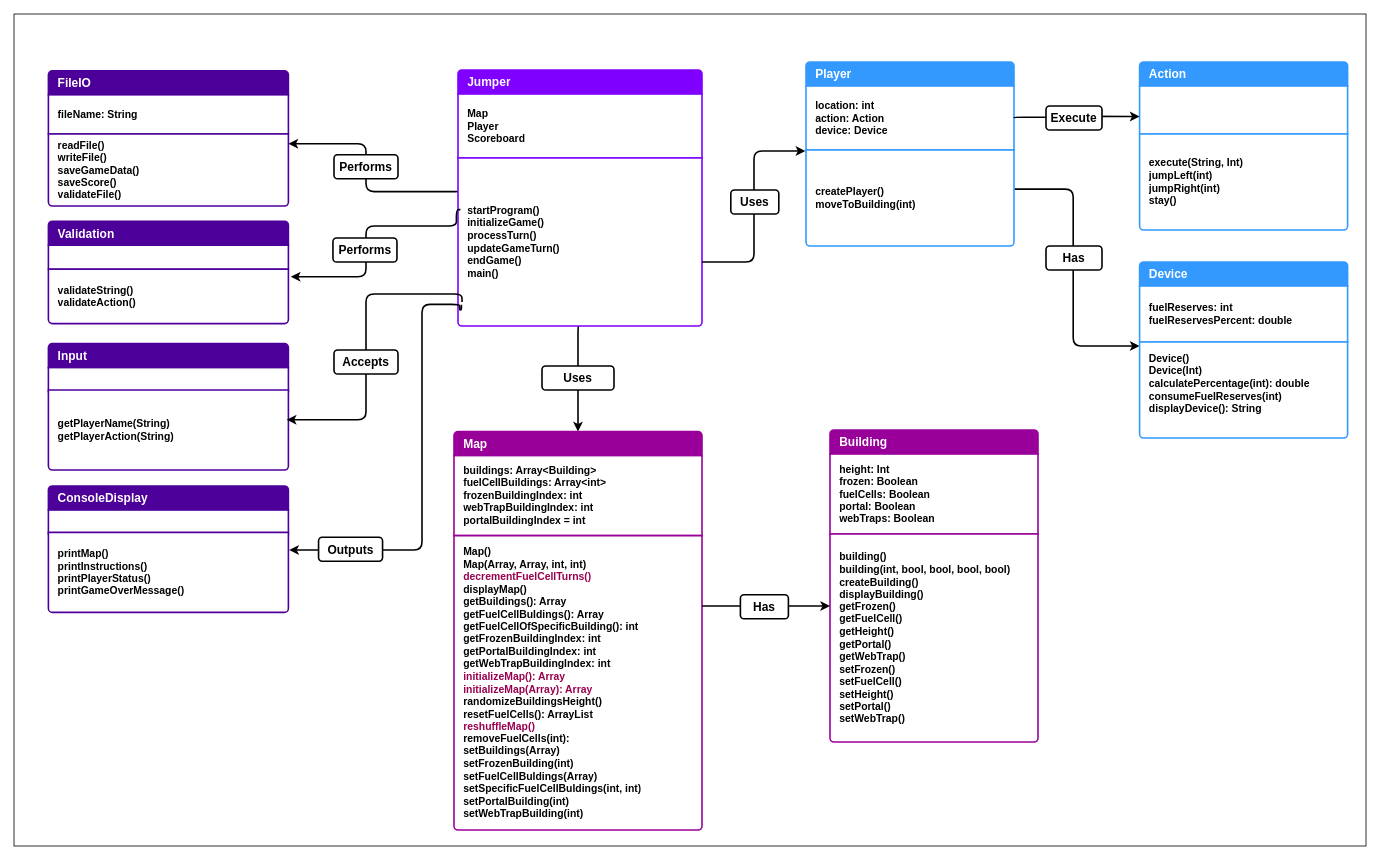
This is Java Programming/Assignment Java Jumper/doc/ClassDiagram.drawio from ByteToBits/CompScience, a draw.io file, before an edit. Source tidied: cells renumbered, new cells numbered last; positions are measured from the earlier drawing's top-left corner, leaving out a move shared by most shapes. Both pictures are drawn from the tidied source at 80%, with x=0, y=0 at pixel (14, 14).
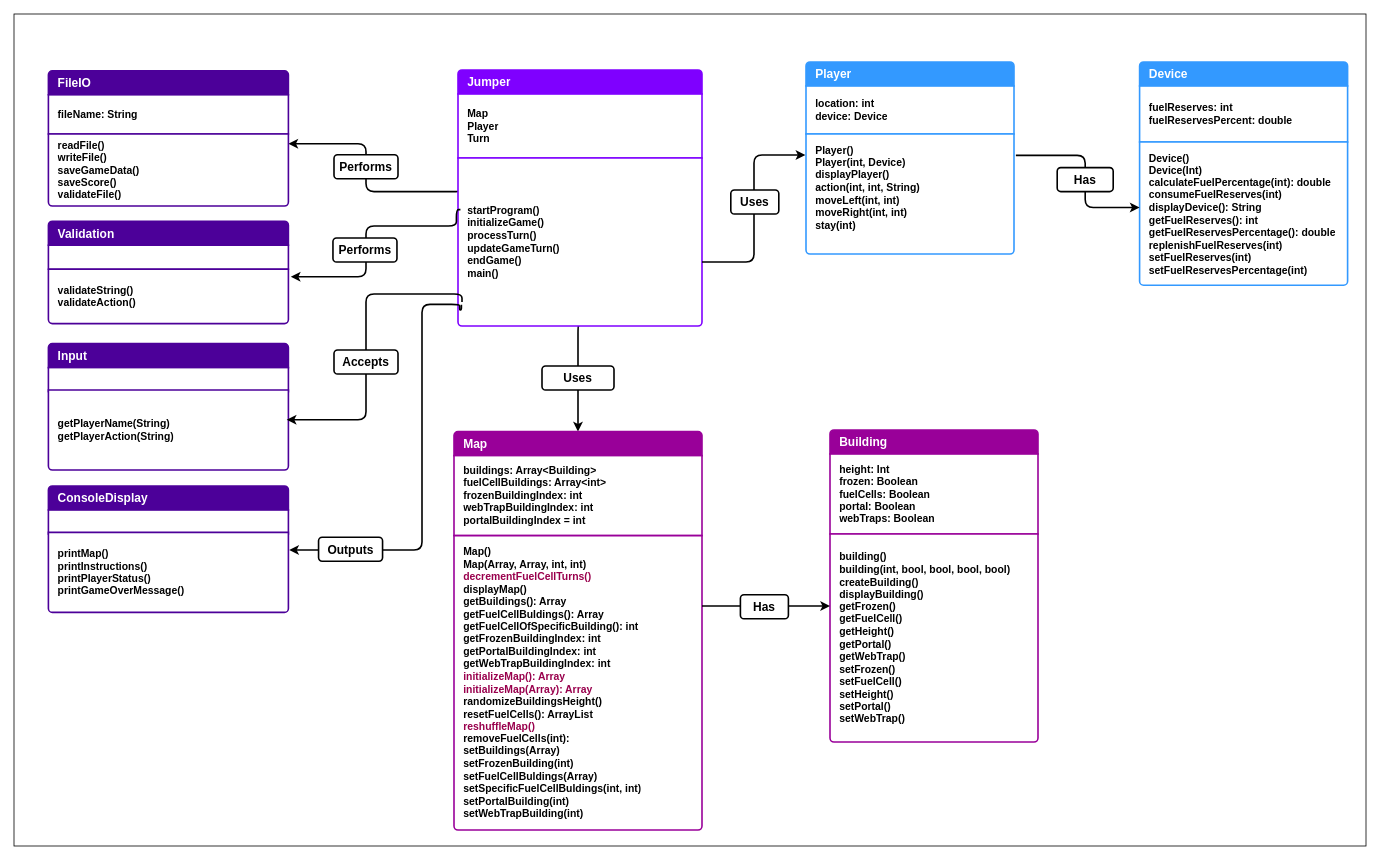
After the change.

The change refers to these unchanged cells:
```xml
<mxCell id="7" value="startProgram()&lt;div&gt;initializeGame()&lt;/div&gt;&lt;div&gt;processTurn()&lt;/div&gt;&lt;div&gt;updateGameTurn()&lt;/div&gt;&lt;div&gt;endGame()&lt;/div&gt;&lt;div&gt;main()&lt;/div&gt;" style="text;strokeColor=#7F00FF;fillColor=#FFFFFF;align=left;verticalAlign=middle;spacingLeft=10;spacingRight=10;overflow=hidden;points=[[0,0.5],[1,0.5]];portConstraint=eastwest;whiteSpace=wrap;html=1;shape=mxgraph.bootstrap.bottomButton;rSize=5;fontColor=#000000;strokeWidth=2;labelPadding=0;labelBorderColor=none;fontSize=13;fontStyle=1;shadow=0;perimeterSpacing=0;swimlaneLine=0;" parent="1" vertex="1">
  <mxGeometry x="555" y="180" width="305" height="210" as="geometry" />
</mxCell>
```

Diff of the diagram source:
```diff
@@
-    <mxCell id="6" value="Map&lt;div&gt;Player&lt;/div&gt;&lt;div&gt;Scoreboard&lt;/div&gt;" style="text;strokeColor=#7F00FF;fillColor=#FFFFFF;align=left;verticalAlign=middle;spacingLeft=10;spacingRight=10;overflow=hidden;whiteSpace=wrap;html=1;rSize=5;fontColor=#000000;strokeWidth=2;labelPadding=0;labelBorderColor=none;fontSize=13;fontStyle=1;shadow=0;perimeterSpacing=0;swimlaneLine=0;" parent="1" vertex="1">
+    <mxCell id="6" value="Map&lt;div&gt;Player&lt;/div&gt;&lt;div&gt;Turn&lt;/div&gt;" style="text;strokeColor=#7F00FF;fillColor=#FFFFFF;align=left;verticalAlign=middle;spacingLeft=10;spacingRight=10;overflow=hidden;whiteSpace=wrap;html=1;rSize=5;fontColor=#000000;strokeWidth=2;labelPadding=0;labelBorderColor=none;fontSize=13;fontStyle=1;shadow=0;perimeterSpacing=0;swimlaneLine=0;" parent="1" vertex="1">
       <mxGeometry x="555" y="100" width="305" height="80" as="geometry" />
     </mxCell>
@@
     <mxCell id="25" style="swimlane;fontStyle=1;horizontal=1;startSize=0;whiteSpace=wrap;html=1;strokeColor=none;fillColor=none;strokeWidth=2;labelPadding=0;labelBorderColor=none;fontSize=13;shadow=0;perimeterSpacing=0;swimlaneLine=0;" parent="1" vertex="1">
-      <mxGeometry x="990" y="60" width="260" height="230" as="geometry" />
+      <mxGeometry x="990" y="60" width="260" height="240" as="geometry" />
     </mxCell>
@@
-    <mxCell id="27" value="&lt;div&gt;location: int&lt;/div&gt;&lt;div&gt;action: Action&lt;/div&gt;&lt;div&gt;device: Device&lt;/div&gt;" style="text;strokeColor=#3399ff;fillColor=#FFFFFF;align=left;verticalAlign=middle;spacingLeft=10;spacingRight=10;overflow=hidden;points=[[0,0.5],[1,0.5]];portConstraint=eastwest;whiteSpace=wrap;html=1;rSize=5;fontColor=#000000;strokeWidth=2;labelPadding=0;labelBorderColor=none;fontSize=13;fontStyle=1;shadow=0;perimeterSpacing=0;swimlaneLine=0;" parent="25" vertex="1">
-      <mxGeometry y="30" width="260" height="80" as="geometry" />
+    <mxCell id="27" value="&lt;div&gt;location: int&lt;/div&gt;&lt;div&gt;device: Device&lt;/div&gt;" style="text;strokeColor=#3399ff;fillColor=#FFFFFF;align=left;verticalAlign=middle;spacingLeft=10;spacingRight=10;overflow=hidden;points=[[0,0.5],[1,0.5]];portConstraint=eastwest;whiteSpace=wrap;html=1;rSize=5;fontColor=#000000;strokeWidth=2;labelPadding=0;labelBorderColor=none;fontSize=13;fontStyle=1;shadow=0;perimeterSpacing=0;swimlaneLine=0;" parent="25" vertex="1">
+      <mxGeometry y="30" width="260" height="60" as="geometry" />
     </mxCell>
-    <mxCell id="28" value="&lt;div&gt;createPlayer()&lt;/div&gt;&lt;div&gt;moveToBuilding(int)&lt;/div&gt;" style="text;strokeColor=#3399ff;fillColor=#FFFFFF;align=left;verticalAlign=middle;spacingLeft=10;spacingRight=10;overflow=hidden;points=[[0,0.5],[1,0.5]];portConstraint=eastwest;whiteSpace=wrap;html=1;shape=mxgraph.bootstrap.bottomButton;rSize=5;fontColor=#000000;strokeWidth=2;labelPadding=0;labelBorderColor=none;fontSize=13;fontStyle=1;shadow=0;perimeterSpacing=0;swimlaneLine=0;" parent="25" vertex="1">
-      <mxGeometry y="110" width="260" height="120" as="geometry" />
+    <mxCell id="28" value="&lt;div&gt;Player()&lt;/div&gt;&lt;div&gt;Player(int, Device)&lt;/div&gt;&lt;div&gt;displayPlayer()&lt;/div&gt;&lt;div&gt;action(int, int, String)&lt;/div&gt;&lt;div&gt;moveLeft(int, int)&lt;/div&gt;&lt;div&gt;moveRight(int, int)&lt;/div&gt;&lt;div&gt;stay(int)&lt;/div&gt;&lt;div&gt;&lt;br&gt;&lt;/div&gt;" style="text;strokeColor=#3399ff;fillColor=#FFFFFF;align=left;verticalAlign=middle;spacingLeft=10;spacingRight=10;overflow=hidden;points=[[0,0.5],[1,0.5]];portConstraint=eastwest;whiteSpace=wrap;html=1;shape=mxgraph.bootstrap.bottomButton;rSize=5;fontColor=#000000;strokeWidth=2;labelPadding=0;labelBorderColor=none;fontSize=13;fontStyle=1;shadow=0;perimeterSpacing=0;swimlaneLine=0;" parent="25" vertex="1">
+      <mxGeometry y="90" width="260" height="150" as="geometry" />
     </mxCell>
@@
-    <mxCell id="35" style="swimlane;fontStyle=1;horizontal=1;startSize=0;whiteSpace=wrap;html=1;strokeColor=none;fillColor=none;strokeWidth=2;labelPadding=0;labelBorderColor=none;fontSize=13;shadow=0;perimeterSpacing=0;swimlaneLine=0;" parent="1" vertex="1">
-      <mxGeometry x="1407" y="60" width="260" height="210" as="geometry" />
-    </mxCell>
-    <mxCell id="36" value="Action" style="text;strokeColor=#3399ff;fillColor=#3399FF;align=left;verticalAlign=middle;spacingLeft=10;spacingRight=10;overflow=hidden;whiteSpace=wrap;html=1;shape=mxgraph.bootstrap.topButton;rSize=5;fontColor=#ffffff;labelBackgroundColor=none;fontSize=15;fontStyle=1;fontFamily=Helvetica;strokeWidth=2;labelPadding=0;labelBorderColor=none;shadow=0;perimeterSpacing=0;swimlaneLine=0;" parent="35" vertex="1">
-      <mxGeometry width="260" height="30" as="geometry" />
-    </mxCell>
-    <mxCell id="37" style="text;strokeColor=#3399ff;fillColor=#FFFFFF;align=left;verticalAlign=middle;spacingLeft=10;spacingRight=10;overflow=hidden;whiteSpace=wrap;html=1;rSize=5;fontColor=#000000;strokeWidth=2;labelPadding=0;labelBorderColor=none;fontSize=13;fontStyle=1;shadow=0;perimeterSpacing=0;swimlaneLine=0;" parent="35" vertex="1">
-      <mxGeometry y="30" width="260" height="60" as="geometry" />
-    </mxCell>
-    <mxCell id="38" value="&lt;div&gt;execute(String, Int)&lt;/div&gt;jumpLeft(int)&lt;div&gt;jumpRight(int)&lt;/div&gt;&lt;div&gt;stay()&lt;/div&gt;" style="text;strokeColor=#3399ff;fillColor=#FFFFFF;align=left;verticalAlign=middle;spacingLeft=10;spacingRight=10;overflow=hidden;whiteSpace=wrap;html=1;shape=mxgraph.bootstrap.bottomButton;rSize=5;fontColor=#000000;strokeWidth=2;labelPadding=0;labelBorderColor=none;fontSize=13;fontStyle=1;shadow=0;perimeterSpacing=0;swimlaneLine=0;" parent="35" vertex="1">
-      <mxGeometry y="90" width="260" height="120" as="geometry" />
-    </mxCell>
@@
     <mxCell id="46" style="edgeStyle=orthogonalEdgeStyle;rounded=1;jettySize=auto;html=1;curved=0;strokeWidth=2;entryX=-0.003;entryY=0.484;entryDx=0;entryDy=0;entryPerimeter=0;" parent="1" edge="1" source="7" target="25">
       <mxGeometry relative="1" as="geometry">
         <Array as="points">
           <mxPoint x="925" y="310" />
-          <mxPoint x="925" y="171" />
+          <mxPoint x="925" y="176" />
         </Array>
       </mxGeometry>
     </mxCell>
@@
-    <mxCell id="48" style="edgeStyle=orthogonalEdgeStyle;rounded=1;jettySize=auto;html=1;curved=0;strokeWidth=2;entryX=0;entryY=0.5;entryDx=0;entryDy=0;exitX=1.004;exitY=0.691;exitDx=0;exitDy=0;exitPerimeter=0;" parent="1" edge="1" source="25">
-      <mxGeometry relative="1" as="geometry">
-        <mxPoint x="1407" y="415" as="targetPoint" />
-        <Array as="points">
-          <mxPoint x="1324" y="219" />
-          <mxPoint x="1324" y="415" />
-        </Array>
-      </mxGeometry>
-    </mxCell>
-    <mxCell id="49" value="Has" style="text;strokeColor=default;fillColor=default;align=center;verticalAlign=middle;whiteSpace=wrap;rounded=1;fontSize=15;strokeWidth=2;fontStyle=1;labelBackgroundColor=default;gradientColor=none;imageHeight=22;" parent="1" vertex="1">
-      <mxGeometry x="1290" y="290" width="70" height="30" as="geometry" />
-    </mxCell>
     <mxCell id="50" value="Device" style="text;strokeColor=#3399ff;fillColor=#3399FF;align=left;verticalAlign=middle;spacingLeft=10;spacingRight=10;overflow=hidden;whiteSpace=wrap;html=1;shape=mxgraph.bootstrap.topButton;rSize=5;fontColor=#ffffff;labelBackgroundColor=none;fontSize=15;fontStyle=1;fontFamily=Helvetica;strokeWidth=2;labelPadding=0;labelBorderColor=none;shadow=0;perimeterSpacing=0;swimlaneLine=0;" parent="1" vertex="1">
-      <mxGeometry x="1407" y="310" width="260" height="30" as="geometry" />
+      <mxGeometry x="1407" y="60" width="260" height="30" as="geometry" />
     </mxCell>
     <mxCell id="51" value="fuelReserves: int&lt;div&gt;fuelReservesPercent: double&lt;/div&gt;" style="text;strokeColor=#3399ff;fillColor=#FFFFFF;align=left;verticalAlign=middle;spacingLeft=10;spacingRight=10;overflow=hidden;whiteSpace=wrap;html=1;rSize=5;fontColor=#000000;strokeWidth=2;labelPadding=0;labelBorderColor=none;fontSize=13;fontStyle=1;shadow=0;perimeterSpacing=0;swimlaneLine=0;" parent="1" vertex="1">
-      <mxGeometry x="1407" y="340" width="260" height="70" as="geometry" />
+      <mxGeometry x="1407" y="90" width="260" height="70" as="geometry" />
     </mxCell>
-    <mxCell id="52" value="Device()&lt;div&gt;Device(Int)&lt;/div&gt;&lt;div&gt;calculatePercentage(int): double&lt;/div&gt;&lt;div&gt;consumeFuelReserves(int)&lt;/div&gt;&lt;div&gt;displayDevice(): String&lt;/div&gt;&lt;div&gt;&lt;br&gt;&lt;/div&gt;" style="text;strokeColor=#3399ff;fillColor=#FFFFFF;align=left;verticalAlign=middle;spacingLeft=10;spacingRight=10;overflow=hidden;whiteSpace=wrap;html=1;shape=mxgraph.bootstrap.bottomButton;rSize=5;fontColor=#000000;strokeWidth=2;labelPadding=0;labelBorderColor=none;fontSize=13;fontStyle=1;shadow=0;perimeterSpacing=0;swimlaneLine=0;" parent="1" vertex="1">
-      <mxGeometry x="1407" y="410" width="260" height="120" as="geometry" />
+    <mxCell id="52" value="Device()&lt;div&gt;Device(Int)&lt;/div&gt;&lt;div&gt;calculateFuelPercentage(int): double&lt;/div&gt;&lt;div&gt;consumeFuelReserves(int)&lt;/div&gt;&lt;div&gt;displayDevice(): String&lt;/div&gt;&lt;div&gt;getFuelReserves(): int&lt;/div&gt;&lt;div&gt;getFuelReservesPercentage(): double&lt;/div&gt;&lt;div&gt;replenishFuelReserves(int)&lt;/div&gt;&lt;div&gt;setFuelReserves(int)&lt;/div&gt;&lt;div&gt;setFuelReservesPercentage(int)&lt;/div&gt;" style="text;strokeColor=#3399ff;fillColor=#FFFFFF;align=left;verticalAlign=middle;spacingLeft=10;spacingRight=10;overflow=hidden;whiteSpace=wrap;html=1;shape=mxgraph.bootstrap.bottomButton;rSize=5;fontColor=#000000;strokeWidth=2;labelPadding=0;labelBorderColor=none;fontSize=13;fontStyle=1;shadow=0;perimeterSpacing=0;swimlaneLine=0;" parent="1" vertex="1">
+      <mxGeometry x="1407" y="160" width="260" height="179" as="geometry" />
     </mxCell>
-    <mxCell id="53" style="edgeStyle=orthogonalEdgeStyle;rounded=1;jettySize=auto;html=1;curved=0;strokeWidth=2;entryX=0;entryY=0.324;entryDx=0;entryDy=0;entryPerimeter=0;exitX=1;exitY=0.5;exitDx=0;exitDy=0;" parent="1" edge="1" source="27" target="35">
-      <mxGeometry relative="1" as="geometry">
-        <Array as="points">
-          <mxPoint x="1329" y="129" />
-          <mxPoint x="1329" y="128" />
-        </Array>
-      </mxGeometry>
-    </mxCell>
-    <mxCell id="54" value="Execute" style="text;strokeColor=default;fillColor=default;align=center;verticalAlign=middle;whiteSpace=wrap;rounded=1;fontSize=15;strokeWidth=2;fontStyle=1;labelBackgroundColor=default;gradientColor=none;imageHeight=22;" parent="1" vertex="1">
-      <mxGeometry x="1290" y="115" width="70" height="30" as="geometry" />
-    </mxCell>
+    <mxCell id="55" style="edgeStyle=orthogonalEdgeStyle;rounded=1;jettySize=auto;html=1;curved=0;strokeWidth=2;entryX=0.005;entryY=0.451;entryDx=0;entryDy=0;exitX=1.009;exitY=0.178;exitDx=0;exitDy=0;exitPerimeter=0;entryPerimeter=0;" parent="1" edge="1" source="28">
+      <mxGeometry relative="1" as="geometry">
+        <mxPoint x="1407" y="241.8" as="targetPoint" />
+        <Array as="points">
+          <mxPoint x="1339" y="177" />
+          <mxPoint x="1339" y="242" />
+        </Array>
+      </mxGeometry>
+    </mxCell>
+    <mxCell id="49" value="Has" style="text;strokeColor=default;fillColor=default;align=center;verticalAlign=middle;whiteSpace=wrap;rounded=1;fontSize=15;strokeWidth=2;fontStyle=1;labelBackgroundColor=default;gradientColor=none;imageHeight=22;" parent="1" vertex="1">
+      <mxGeometry x="1304" y="192" width="70" height="30" as="geometry" />
+    </mxCell>
```
